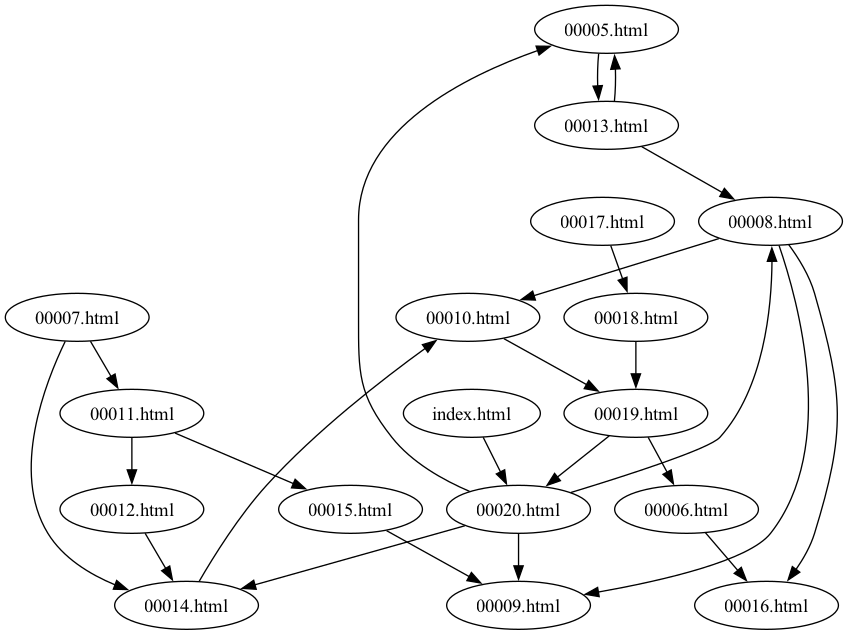
kvnchpl/jungle keeps this Graphviz diagram as zine_graph.png. Above is the earlier version. Its source is kept beside it as zine_graph.dot.
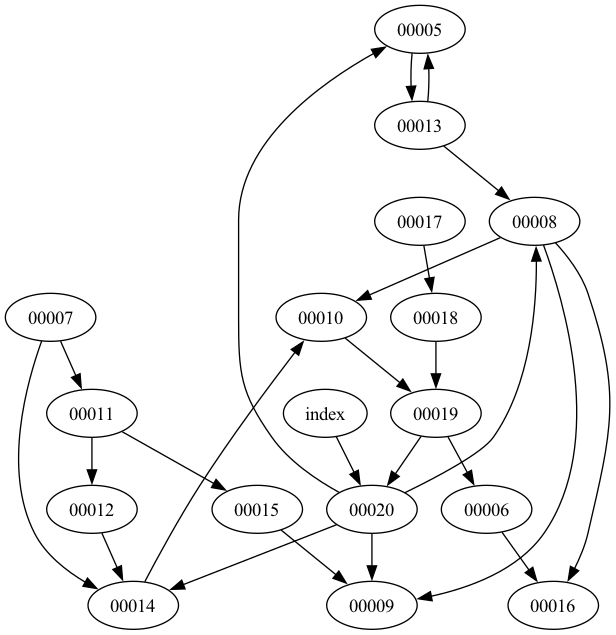
After the commit.

Change to the diagram source:
```diff
@@ -1,43 +1,43 @@
 digraph Zine {
-    "00005.html";
-    "00006.html";
-    "00007.html";
-    "00008.html";
-    "00009.html";
-    "00010.html";
-    "00011.html";
-    "00012.html";
-    "00013.html";
-    "00014.html";
-    "00015.html";
-    "00016.html";
-    "00017.html";
-    "00018.html";
-    "00019.html";
-    "00020.html";
-    "index.html";
-    "00020.html" -> "00009.html";
-    "00020.html" -> "00005.html";
-    "00020.html" -> "00008.html";
-    "00020.html" -> "00014.html";
-    "00017.html" -> "00018.html";
-    "00010.html" -> "00019.html";
-    "00006.html" -> "00016.html";
-    "00007.html" -> "00011.html";
-    "00007.html" -> "00014.html";
-    "00011.html" -> "00012.html";
-    "00011.html" -> "00015.html";
-    "00012.html" -> "00014.html";
-    "00008.html" -> "00016.html";
-    "00008.html" -> "00009.html";
-    "00008.html" -> "00010.html";
-    "00013.html" -> "00005.html";
-    "00013.html" -> "00008.html";
-    "00005.html" -> "00013.html";
-    "00018.html" -> "00019.html";
-    "00014.html" -> "00010.html";
-    "00015.html" -> "00009.html";
-    "00019.html" -> "00020.html";
-    "00019.html" -> "00006.html";
-    "index.html" -> "00020.html";
+    "00005";
+    "00006";
+    "00007";
+    "00008";
+    "00009";
+    "00010";
+    "00011";
+    "00012";
+    "00013";
+    "00014";
+    "00015";
+    "00016";
+    "00017";
+    "00018";
+    "00019";
+    "00020";
+    "index";
+    "00020" -> "00009";
+    "00020" -> "00005";
+    "00020" -> "00008";
+    "00020" -> "00014";
+    "00017" -> "00018";
+    "00010" -> "00019";
+    "00006" -> "00016";
+    "00007" -> "00011";
+    "00007" -> "00014";
+    "00011" -> "00012";
+    "00011" -> "00015";
+    "00012" -> "00014";
+    "00008" -> "00016";
+    "00008" -> "00009";
+    "00008" -> "00010";
+    "00013" -> "00005";
+    "00013" -> "00008";
+    "00005" -> "00013";
+    "00018" -> "00019";
+    "00014" -> "00010";
+    "00015" -> "00009";
+    "00019" -> "00020";
+    "00019" -> "00006";
+    "index" -> "00020";
 }
```
